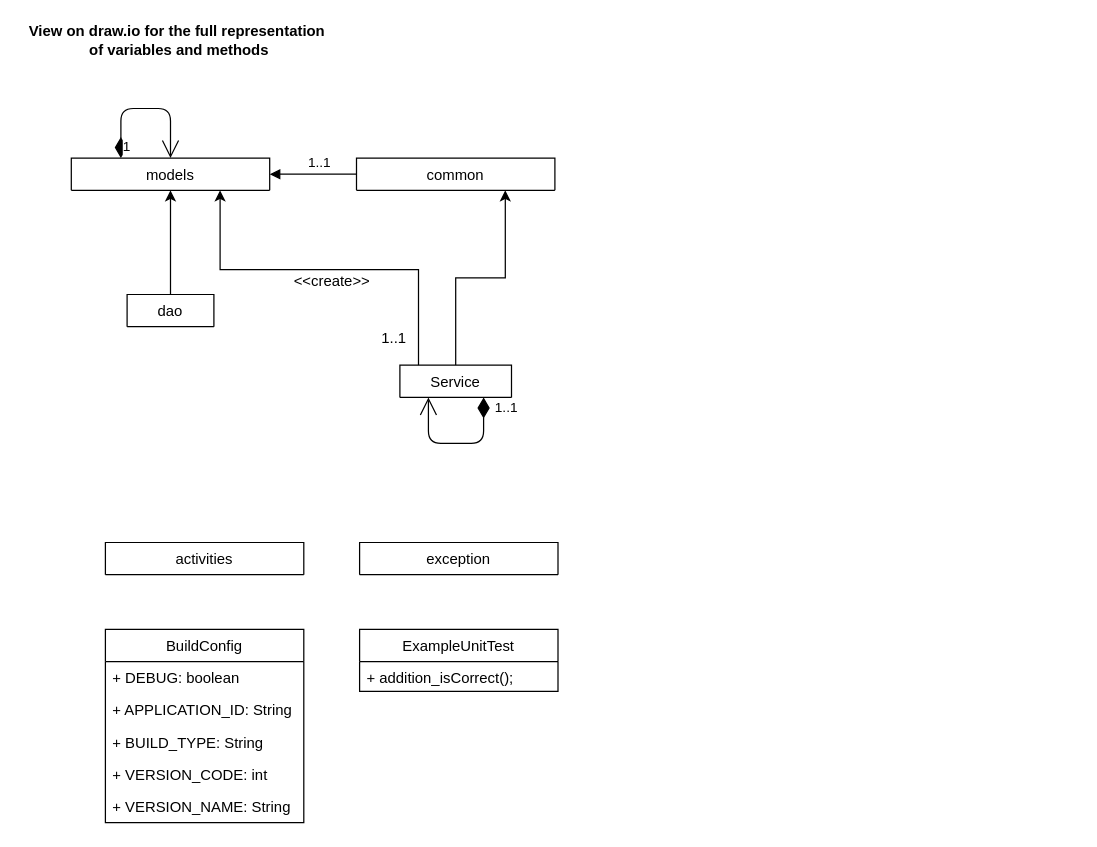
The draw.io diagram page "SP-App" (1 of 6) of docu/DEV docu/Class Diagram.drawio in PongEqualsNPong/swp-2020, before the edit. Source tidied: cells renumbered, new cells numbered last; positions are measured from the earlier drawing's top-left corner, leaving out a move shared by most shapes. Both pictures are drawn from the tidied source at 124%, with x=0, y=0 at pixel (21, 21).
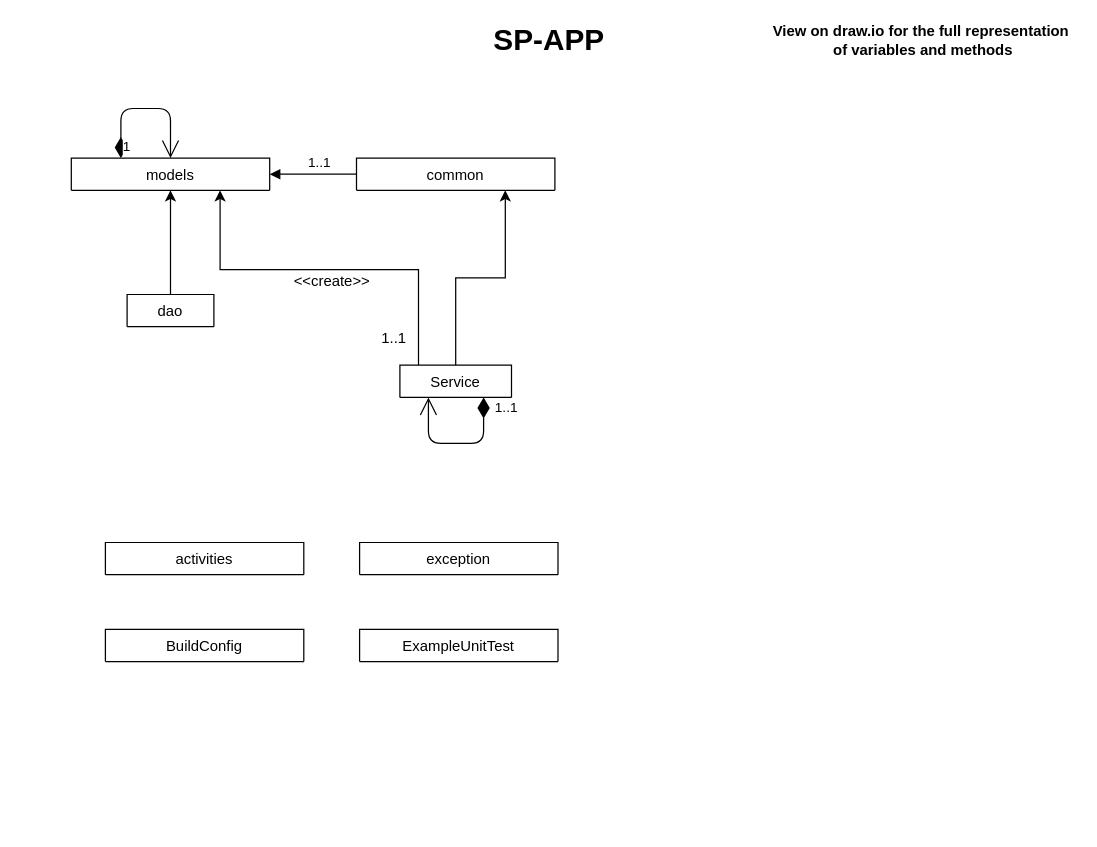
After the change.

What changed in the source:
```diff
@@
     <mxCell id="11" value="&lt;b&gt;View on draw.io for the full representation&lt;br&gt;&amp;nbsp;of variables and methods&lt;/b&gt;" style="text;html=1;align=center;verticalAlign=middle;" parent="1" vertex="1">
-      <mxGeometry width="250" height="30" as="geometry" />
+      <mxGeometry x="600" width="250" height="30" as="geometry" />
     </mxCell>
@@
-    <mxCell id="16" value="BuildConfig" style="swimlane;fontStyle=0;align=center;verticalAlign=top;horizontal=1;startSize=26;rounded=0;shadow=0;strokeWidth=1;" parent="1" vertex="1">
-      <mxGeometry x="67.5" y="490" width="160" height="156" as="geometry" />
+    <mxCell id="16" value="BuildConfig" style="swimlane;fontStyle=0;align=center;verticalAlign=top;horizontal=1;startSize=26;rounded=0;shadow=0;strokeWidth=1;" parent="1" vertex="1" collapsed="1">
+      <mxGeometry x="67.5" y="490" width="160" height="26" as="geometry" />
     </mxCell>
-    <mxCell id="17" value="+ DEBUG: boolean" style="text;align=left;verticalAlign=top;spacingLeft=4;spacingRight=4;overflow=hidden;" parent="16" vertex="1">
-      <mxGeometry y="26" width="160" height="26" as="geometry" />
-    </mxCell>
-    <mxCell id="18" value="+ APPLICATION_ID: String" style="text;align=left;verticalAlign=top;spacingLeft=4;spacingRight=4;overflow=hidden;" parent="16" vertex="1">
-      <mxGeometry y="52" width="160" height="26" as="geometry" />
-    </mxCell>
-    <mxCell id="19" value="+ BUILD_TYPE: String" style="text;align=left;verticalAlign=top;spacingLeft=4;spacingRight=4;overflow=hidden;" parent="16" vertex="1">
-      <mxGeometry y="78" width="160" height="26" as="geometry" />
-    </mxCell>
-    <mxCell id="20" value="+ VERSION_CODE: int" style="text;align=left;verticalAlign=top;spacingLeft=4;spacingRight=4;overflow=hidden;" parent="16" vertex="1">
-      <mxGeometry y="104" width="160" height="26" as="geometry" />
-    </mxCell>
-    <mxCell id="21" value="+ VERSION_NAME: String" style="text;align=left;verticalAlign=top;spacingLeft=4;spacingRight=4;overflow=hidden;" parent="16" vertex="1">
-      <mxGeometry y="130" width="160" height="26" as="geometry" />
-    </mxCell>
@@
-    <mxCell id="23" value="ExampleUnitTest" style="swimlane;fontStyle=0;align=center;verticalAlign=top;horizontal=1;startSize=26;rounded=0;shadow=0;strokeWidth=1;" parent="1" vertex="1">
-      <mxGeometry x="272.5" y="490" width="160" height="50" as="geometry" />
+    <mxCell id="23" value="ExampleUnitTest" style="swimlane;fontStyle=0;align=center;verticalAlign=top;horizontal=1;startSize=26;rounded=0;shadow=0;strokeWidth=1;" parent="1" vertex="1" collapsed="1">
+      <mxGeometry x="272.5" y="490" width="160" height="26" as="geometry" />
     </mxCell>
-    <mxCell id="24" value="+ addition_isCorrect();" style="text;align=left;verticalAlign=top;spacingLeft=4;spacingRight=4;overflow=hidden;" parent="23" vertex="1">
-      <mxGeometry y="26" width="160" height="24" as="geometry" />
-    </mxCell>
@@
+    <mxCell id="26" value="&lt;font style=&quot;font-size: 24px&quot;&gt;&lt;b&gt;SP-APP&lt;/b&gt;&lt;/font&gt;" style="text;html=1;align=center;verticalAlign=middle;" parent="1" vertex="1">
+      <mxGeometry x="375" y="5" width="100" height="20" as="geometry" />
+    </mxCell>
```
